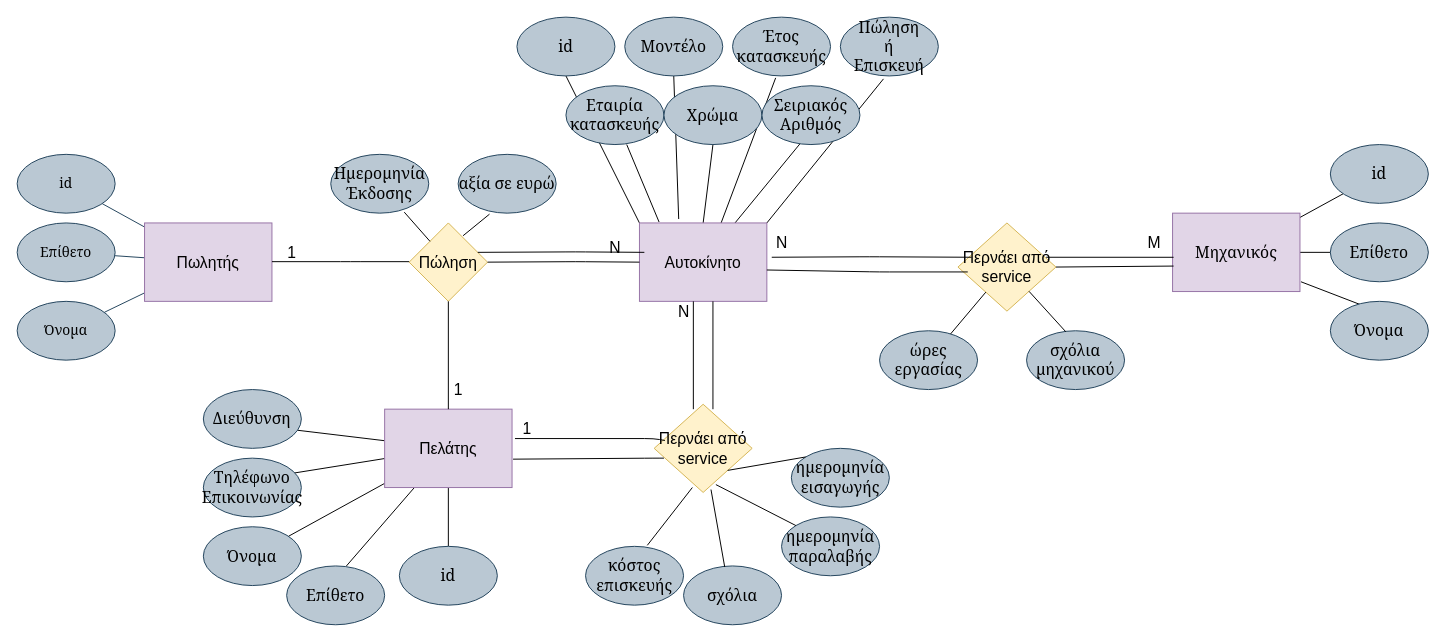
Earlier version of the draw.io diagram Untitled Diagram.drawio (mariapaikou/CarDealership-). Source tidied: cells renumbered, new cells numbered last; positions are measured from the earlier drawing's top-left corner, leaving out a move shared by most shapes. Both pictures are drawn from the tidied source at 98%, with x=0, y=0 at pixel (17, 17).
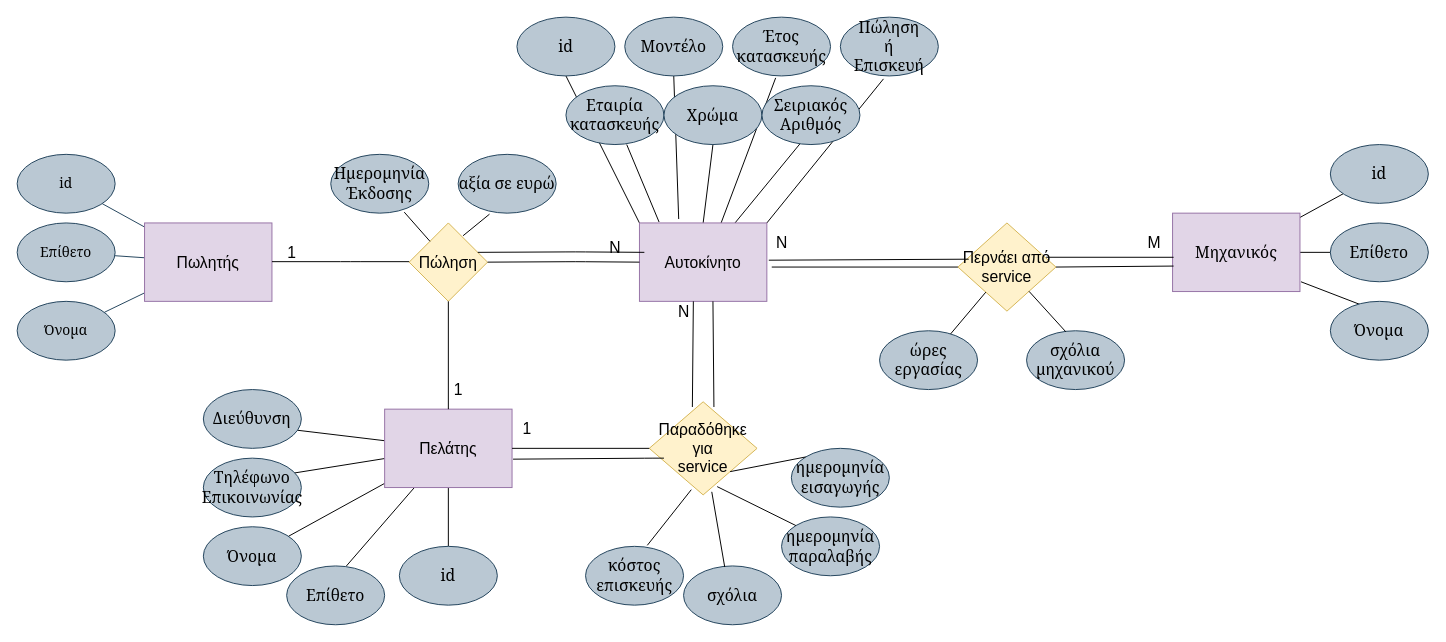
The same page after the edit.

Unchanged cells that the change refers to:
```xml
<mxCell id="23" value="&lt;div style=&quot;font-size: 16px;&quot;&gt;Αυτοκίνητο&lt;/div&gt;" style="rounded=0;whiteSpace=wrap;html=1;fillColor=#e1d5e7;strokeColor=#9673a6;fontSize=16;" parent="1" vertex="1">
  <mxGeometry x="635" y="210" width="130" height="80" as="geometry" />
</mxCell>
<mxCell id="36" value="Πελάτης" style="rounded=0;whiteSpace=wrap;html=1;fillColor=#e1d5e7;strokeColor=#9673a6;fontSize=16;" parent="1" vertex="1">
  <mxGeometry x="375" y="400" width="130" height="80" as="geometry" />
</mxCell>
<mxCell id="51" value="&lt;div style=&quot;font-size: 16px;&quot;&gt;Περνάει από&lt;/div&gt;&lt;div style=&quot;font-size: 16px;&quot;&gt;service&lt;br style=&quot;font-size: 16px;&quot;&gt;&lt;/div&gt;" style="rhombus;whiteSpace=wrap;html=1;fillColor=#fff2cc;strokeColor=#d6b656;fontSize=16;" parent="1" vertex="1">
  <mxGeometry x="960" y="210" width="100" height="90" as="geometry" />
</mxCell>
<mxCell id="76" value="N" style="text;html=1;align=center;verticalAlign=middle;points=[];strokeColor=none;fillColor=none;fontSize=16;" parent="1" vertex="1">
  <mxGeometry x="760" y="215" width="40" height="30" as="geometry" />
</mxCell>
```

Diff of the diagram source:
```diff
@@
-    <mxCell id="52" style="edgeStyle=none;rounded=1;jettySize=auto;html=1;fontFamily=Georgia;endArrow=none;endFill=0;exitX=0.875;exitY=0.375;exitDx=0;exitDy=0;exitPerimeter=0;entryX=0.14;entryY=0.389;entryDx=0;entryDy=0;entryPerimeter=0;fontSize=16;" parent="1" edge="1" target="51">
-      <mxGeometry relative="1" as="geometry">
-        <mxPoint x="770" y="245" as="sourcePoint" />
-        <Array as="points">
-          <mxPoint x="870" y="244.5" />
-        </Array>
-      </mxGeometry>
-    </mxCell>
-    <mxCell id="53" style="edgeStyle=none;rounded=1;jettySize=auto;html=1;fontFamily=Georgia;endArrow=none;endFill=0;exitX=1;exitY=0.6;exitDx=0;exitDy=0;exitPerimeter=0;fontSize=16;" parent="1" edge="1" source="23">
-      <mxGeometry relative="1" as="geometry">
-        <mxPoint x="970" y="260" as="targetPoint" />
-        <Array as="points">
-          <mxPoint x="880" y="260" />
-        </Array>
-      </mxGeometry>
-    </mxCell>
@@
-    <mxCell id="59" value="&lt;div style=&quot;font-size: 16px;&quot;&gt;Περνάει από&lt;/div&gt;&lt;div style=&quot;font-size: 16px;&quot;&gt;service&lt;br style=&quot;font-size: 16px;&quot;&gt;&lt;/div&gt;" style="rhombus;whiteSpace=wrap;html=1;fillColor=#fff2cc;strokeColor=#d6b656;fontSize=16;" parent="1" vertex="1">
-      <mxGeometry x="650" y="395" width="100" height="90" as="geometry" />
+    <mxCell id="59" value="&lt;div style=&quot;font-size: 16px;&quot;&gt;Παραδόθηκε &lt;br&gt;&lt;/div&gt;&lt;div style=&quot;font-size: 16px;&quot;&gt;για &lt;br&gt;&lt;/div&gt;&lt;div style=&quot;font-size: 16px;&quot;&gt;service&lt;br style=&quot;font-size: 16px;&quot;&gt;&lt;/div&gt;" style="rhombus;whiteSpace=wrap;html=1;fillColor=#fff2cc;strokeColor=#d6b656;fontSize=16;" parent="1" vertex="1">
+      <mxGeometry x="645" y="392.5" width="110" height="95" as="geometry" />
     </mxCell>
-    <mxCell id="60" style="edgeStyle=none;rounded=1;jettySize=auto;html=1;fontFamily=Georgia;endArrow=none;endFill=0;exitX=1.023;exitY=0.375;exitDx=0;exitDy=0;exitPerimeter=0;entryX=0.11;entryY=0.411;entryDx=0;entryDy=0;entryPerimeter=0;fontSize=16;" parent="1" edge="1" source="36" target="59">
-      <mxGeometry relative="1" as="geometry">
-        <Array as="points">
-          <mxPoint x="650" y="430" />
-        </Array>
-      </mxGeometry>
-    </mxCell>
@@
+    <mxCell id="80" style="edgeStyle=none;rounded=1;jettySize=auto;html=1;fontFamily=Georgia;endArrow=none;endFill=0;fontSize=16;entryX=0;entryY=0.5;entryDx=0;entryDy=0;" parent="1" edge="1" target="51">
+      <mxGeometry relative="1" as="geometry">
+        <mxPoint x="770" y="255" as="sourcePoint" />
+      </mxGeometry>
+    </mxCell>
+    <mxCell id="60" style="edgeStyle=none;rounded=1;jettySize=auto;html=1;fontFamily=Georgia;endArrow=none;endFill=0;fontSize=16;exitX=1;exitY=0.5;exitDx=0;exitDy=0;entryX=0;entryY=0.5;entryDx=0;entryDy=0;" parent="1" edge="1" source="36" target="59">
+      <mxGeometry relative="1" as="geometry" />
+    </mxCell>
+    <mxCell id="81" style="edgeStyle=none;rounded=1;jettySize=auto;html=1;fontFamily=Georgia;endArrow=none;endFill=0;fontSize=16;exitX=0.175;exitY=1.1;exitDx=0;exitDy=0;exitPerimeter=0;entryX=0.11;entryY=0.411;entryDx=0;entryDy=0;entryPerimeter=0;" parent="1" edge="1" source="76" target="51">
+      <mxGeometry relative="1" as="geometry" />
+    </mxCell>
```
